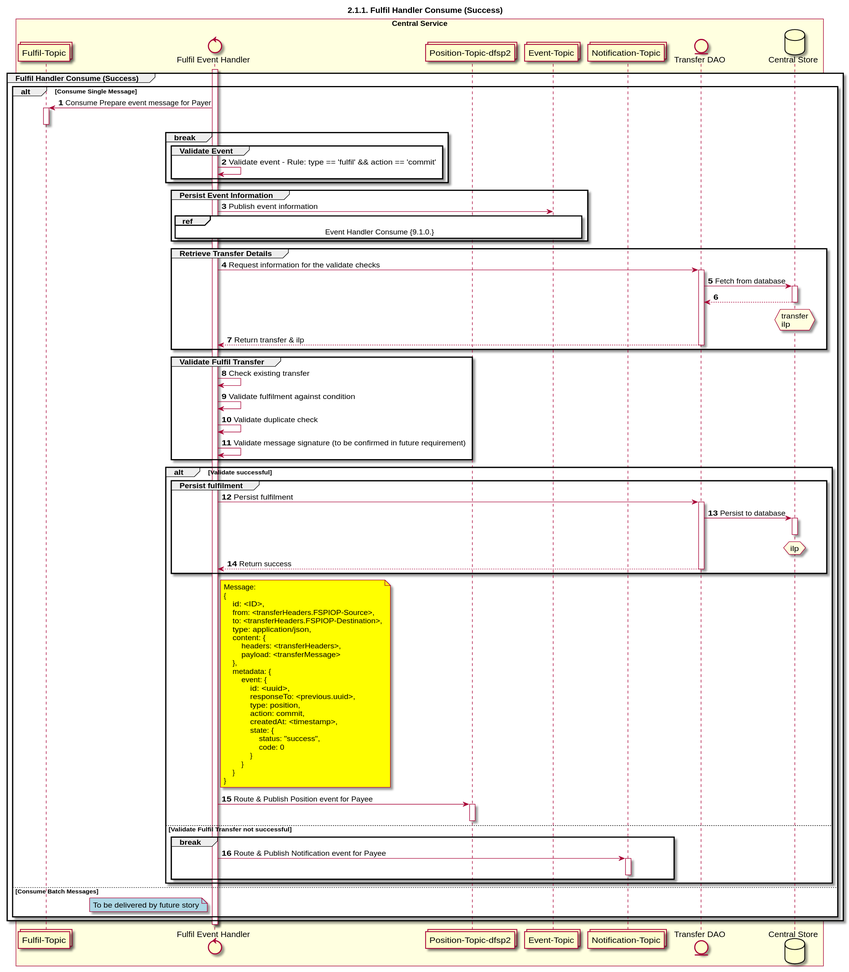
This is CentralServices/seq_diagrams/seq-fulfil-2.1.1.svg from ggrg/docs, a PlantUML export, as it was before one commit.
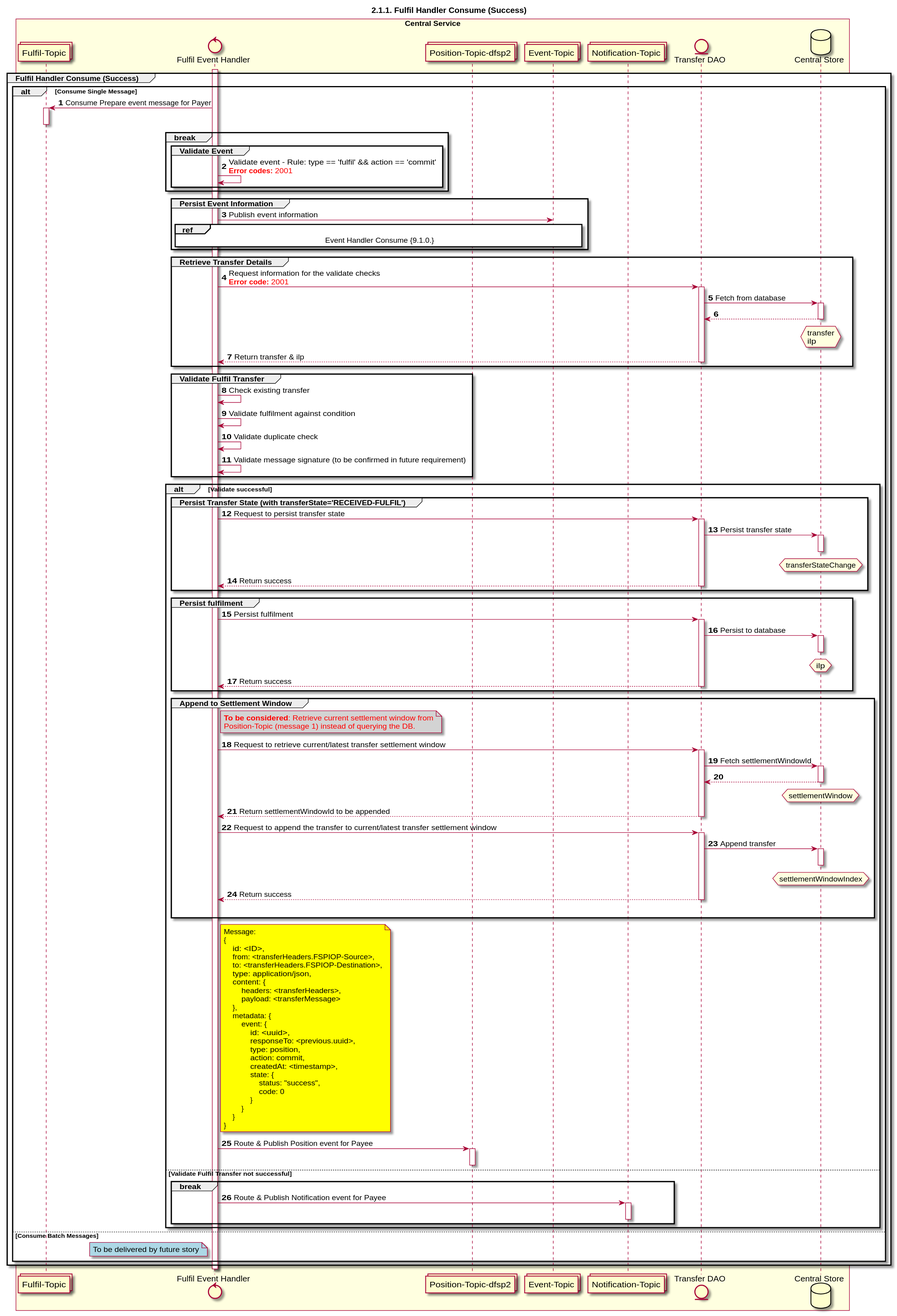
Later version of the same file.

What changed in the source:
```diff
@@ -31,7 +31,7 @@
 
         break
             group Validate Event
-                FULF_HANDLER <-> FULF_HANDLER: Validate event - Rule: type == 'fulfil' && action == 'commit'
+                FULF_HANDLER <-> FULF_HANDLER: Validate event - Rule: type == 'fulfil' && action == 'commit'\n<color #FF0000><b>Error codes:</b> 2001</color>
             end
         end
 
@@ -41,7 +41,7 @@
         end
 
         group Retrieve Transfer Details
-            FULF_HANDLER -> TRANS_DAO: Request information for the validate checks
+            FULF_HANDLER -> TRANS_DAO: Request information for the validate checks\n<color #FF0000><b>Error code:</b> 2001</color>
             activate TRANS_DAO
             TRANS_DAO -> DB: Fetch from database
             activate DB
@@ -63,6 +63,19 @@
         end
 
         alt Validate successful
+            group Persist Transfer State (with transferState='RECEIVED-FULFIL')
+                FULF_HANDLER -> TRANS_DAO: Request to persist transfer state
+                activate TRANS_DAO
+                TRANS_DAO -> DB: Persist transfer state
+                activate DB
+                deactivate DB
+                hnote over DB #lightyellow
+                    transferStateChange
+                end note
+                TRANS_DAO --> FULF_HANDLER: Return success
+                deactivate TRANS_DAO
+            end
+
             group Persist fulfilment
                 FULF_HANDLER -> TRANS_DAO: Persist fulfilment
                 activate TRANS_DAO
@@ -74,6 +87,36 @@
                 end note
                 FULF_HANDLER <-- TRANS_DAO: Return success
                 deactivate TRANS_DAO
+            end
+
+            group Append to Settlement Window
+                note right of FULF_HANDLER #lightgray
+                    <color #FF0000>**To be considered**: Retrieve current settlement window from</color>
+                    <color #FF0000>Position-Topic (message 1) instead of querying the DB.</color>
+                end note
+                FULF_HANDLER -> TRANS_DAO: Request to retrieve current/latest transfer settlement window
+                activate TRANS_DAO
+                TRANS_DAO -> DB: Fetch settlementWindowId
+                activate DB
+                DB --> TRANS_DAO
+                deactivate DB
+                hnote over DB #lightyellow
+                    settlementWindow
+                end note
+                FULF_HANDLER <-- TRANS_DAO: Return settlementWindowId to be appended
+                deactivate TRANS_DAO
+
+                FULF_HANDLER -> TRANS_DAO: Request to append the transfer to current/latest transfer settlement window
+                activate TRANS_DAO
+                TRANS_DAO -> DB: Append transfer
+                activate DB
+                deactivate DB
+                hnote over DB #lightyellow
+                    settlementWindowIndex
+                end note
+                FULF_HANDLER <-- TRANS_DAO: Return success
+                deactivate TRANS_DAO
+                |||
             end
 
             note right of FULF_HANDLER #yellow
```
